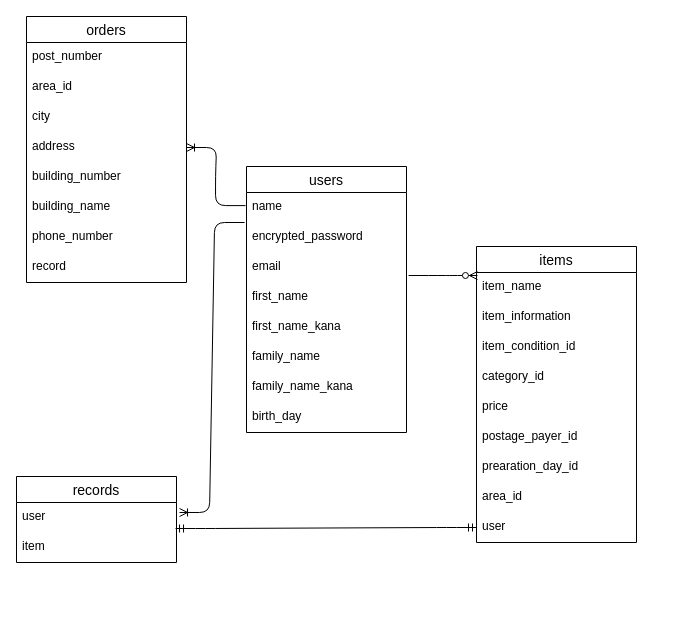
This is test.dio from kuzuyu/furima-37291, a draw.io file, before an edit. Source tidied: cells renumbered, new cells numbered last; positions are measured from the earlier drawing's top-left corner, leaving out a move shared by most shapes. Both pictures are drawn from the tidied source at 100%, with x=0, y=0 at pixel (16, 16).
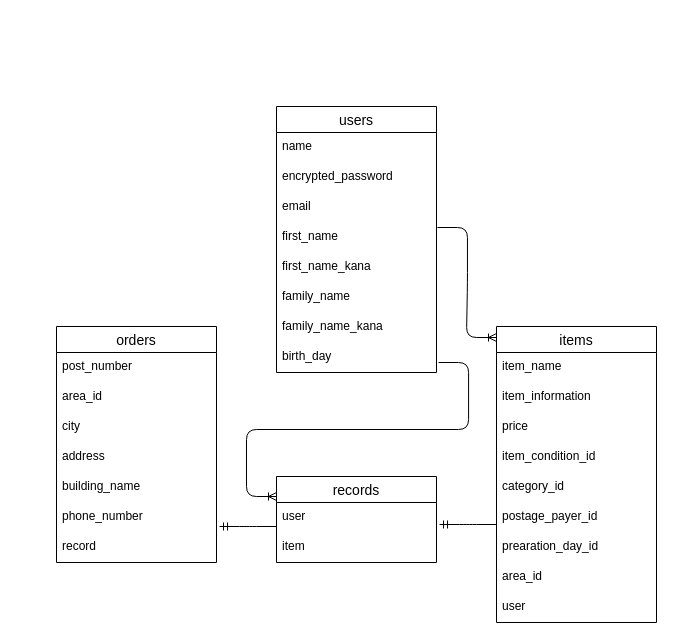
The same page after the edit.

Unchanged cells that the change refers to:
```xml
<mxCell id="4" value="encrypted_password" style="text;strokeColor=none;fillColor=none;spacingLeft=4;spacingRight=4;overflow=hidden;points=[[0,0.5],[1,0.5]];portConstraint=eastwest;fontSize=12;" parent="2" vertex="1">
  <mxGeometry y="56" width="160" height="30" as="geometry" />
</mxCell>
<mxCell id="5" value="email" style="text;strokeColor=none;fillColor=none;spacingLeft=4;spacingRight=4;overflow=hidden;points=[[0,0.5],[1,0.5]];portConstraint=eastwest;fontSize=12;" parent="2" vertex="1">
  <mxGeometry y="86" width="160" height="30" as="geometry" />
</mxCell>
<mxCell id="6" value="first_name" style="text;strokeColor=none;fillColor=none;spacingLeft=4;spacingRight=4;overflow=hidden;points=[[0,0.5],[1,0.5]];portConstraint=eastwest;fontSize=12;" parent="2" vertex="1">
  <mxGeometry y="116" width="160" height="30" as="geometry" />
</mxCell>
<mxCell id="10" value="birth_day " style="text;strokeColor=none;fillColor=none;spacingLeft=4;spacingRight=4;overflow=hidden;points=[[0,0.5],[1,0.5]];portConstraint=eastwest;fontSize=12;" parent="2" vertex="1">
  <mxGeometry y="236" width="160" height="30" as="geometry" />
</mxCell>
<mxCell id="15" value="address" style="text;strokeColor=none;fillColor=none;spacingLeft=4;spacingRight=4;overflow=hidden;points=[[0,0.5],[1,0.5]];portConstraint=eastwest;fontSize=12;" parent="11" vertex="1">
  <mxGeometry y="116" width="160" height="30" as="geometry" />
</mxCell>
<mxCell id="21" value="item_name" style="text;strokeColor=none;fillColor=none;spacingLeft=4;spacingRight=4;overflow=hidden;points=[[0,0.5],[1,0.5]];portConstraint=eastwest;fontSize=12;" parent="20" vertex="1">
  <mxGeometry y="26" width="160" height="30" as="geometry" />
</mxCell>
<mxCell id="26" value="postage_payer_id" style="text;strokeColor=none;fillColor=none;spacingLeft=4;spacingRight=4;overflow=hidden;points=[[0,0.5],[1,0.5]];portConstraint=eastwest;fontSize=12;" parent="20" vertex="1">
  <mxGeometry y="176" width="160" height="30" as="geometry" />
</mxCell>
<mxCell id="29" value="user" style="text;strokeColor=none;fillColor=none;spacingLeft=4;spacingRight=4;overflow=hidden;points=[[0,0.5],[1,0.5]];portConstraint=eastwest;fontSize=12;" parent="20" vertex="1">
  <mxGeometry y="266" width="160" height="30" as="geometry" />
</mxCell>
<mxCell id="33" value="user" style="text;strokeColor=none;fillColor=none;spacingLeft=4;spacingRight=4;overflow=hidden;points=[[0,0.5],[1,0.5]];portConstraint=eastwest;fontSize=12;" parent="32" vertex="1">
  <mxGeometry y="26" width="160" height="30" as="geometry" />
</mxCell>
```

Change to the diagram source:
```diff
@@
     <mxCell id="2" value="users" style="swimlane;fontStyle=0;horizontal=1;startSize=26;align=center;fontSize=14;" parent="1" vertex="1">
-      <mxGeometry x="230" y="150" width="160" height="266" as="geometry" />
+      <mxGeometry x="260" y="90" width="160" height="266" as="geometry" />
     </mxCell>
@@
     <mxCell id="11" value="orders" style="swimlane;fontStyle=0;horizontal=1;startSize=26;align=center;fontSize=14;" parent="1" vertex="1">
-      <mxGeometry x="10" width="160" height="266" as="geometry" />
+      <mxGeometry x="40" y="310" width="160" height="236" as="geometry" />
     </mxCell>
@@
-    <mxCell id="16" value="building_number" style="text;strokeColor=none;fillColor=none;spacingLeft=4;spacingRight=4;overflow=hidden;fontSize=12;" parent="11" vertex="1">
-      <mxGeometry y="146" width="160" height="30" as="geometry" />
-    </mxCell>
     <mxCell id="17" value="building_name" style="text;strokeColor=none;fillColor=none;spacingLeft=4;spacingRight=4;overflow=hidden;fontSize=12;" parent="11" vertex="1">
-      <mxGeometry y="176" width="160" height="30" as="geometry" />
+      <mxGeometry y="146" width="160" height="30" as="geometry" />
     </mxCell>
     <mxCell id="18" value="phone_number" style="text;strokeColor=none;fillColor=none;spacingLeft=4;spacingRight=4;overflow=hidden;points=[[0,0.5],[1,0.5]];portConstraint=eastwest;fontSize=12;" parent="11" vertex="1">
-      <mxGeometry y="206" width="160" height="30" as="geometry" />
+      <mxGeometry y="176" width="160" height="30" as="geometry" />
     </mxCell>
     <mxCell id="19" value="record" style="text;strokeColor=none;fillColor=none;spacingLeft=4;spacingRight=4;overflow=hidden;fontSize=12;" parent="11" vertex="1">
-      <mxGeometry y="236" width="160" height="30" as="geometry" />
+      <mxGeometry y="206" width="160" height="30" as="geometry" />
     </mxCell>
     <mxCell id="20" value="items" style="swimlane;fontStyle=0;horizontal=1;startSize=26;align=center;fontSize=14;" parent="1" vertex="1">
-      <mxGeometry x="460" y="230" width="160" height="296" as="geometry" />
+      <mxGeometry x="480" y="310" width="160" height="296" as="geometry" />
     </mxCell>
@@
+    <mxCell id="25" value="price" style="text;strokeColor=none;fillColor=none;spacingLeft=4;spacingRight=4;overflow=hidden;fontSize=12;" parent="20" vertex="1">
+      <mxGeometry y="86" width="160" height="30" as="geometry" />
+    </mxCell>
     <mxCell id="23" value="item_condition_id" style="text;strokeColor=none;fillColor=none;spacingLeft=4;spacingRight=4;overflow=hidden;fontSize=12;" parent="20" vertex="1">
-      <mxGeometry y="86" width="160" height="30" as="geometry" />
+      <mxGeometry y="116" width="160" height="30" as="geometry" />
     </mxCell>
     <mxCell id="24" value="category_id" style="text;strokeColor=none;fillColor=none;spacingLeft=4;spacingRight=4;overflow=hidden;fontSize=12;" parent="20" vertex="1">
-      <mxGeometry y="116" width="160" height="30" as="geometry" />
+      <mxGeometry y="146" width="160" height="30" as="geometry" />
     </mxCell>
-    <mxCell id="25" value="price" style="text;strokeColor=none;fillColor=none;spacingLeft=4;spacingRight=4;overflow=hidden;fontSize=12;" parent="20" vertex="1">
-      <mxGeometry y="146" width="160" height="30" as="geometry" />
-    </mxCell>
@@
-    <mxCell id="30" style="edgeStyle=entityRelationEdgeStyle;fontSize=12;html=1;endArrow=ERzeroToMany;endFill=1;entryX=0.006;entryY=0.1;entryDx=0;entryDy=0;entryPerimeter=0;exitX=1.013;exitY=0.767;exitDx=0;exitDy=0;exitPerimeter=0;" parent="1" edge="1" source="5" target="21">
-      <mxGeometry relative="1" as="geometry" />
-    </mxCell>
-    <mxCell id="31" style="edgeStyle=entityRelationEdgeStyle;fontSize=12;html=1;endArrow=ERoneToMany;exitX=-0.006;exitY=0.147;exitDx=0;exitDy=0;exitPerimeter=0;" parent="1" edge="1" source="2" target="15">
-      <mxGeometry relative="1" as="geometry" />
-    </mxCell>
     <mxCell id="32" value="records" style="swimlane;fontStyle=0;horizontal=1;startSize=26;align=center;fontSize=14;" parent="1" vertex="1">
-      <mxGeometry y="460" width="160" height="86" as="geometry" />
+      <mxGeometry x="260" y="460" width="160" height="86" as="geometry" />
     </mxCell>
@@
-    <mxCell id="35" style="edgeStyle=entityRelationEdgeStyle;fontSize=12;html=1;endArrow=ERoneToMany;exitX=-0.012;exitY=0;exitDx=0;exitDy=0;exitPerimeter=0;entryX=1.019;entryY=0.333;entryDx=0;entryDy=0;entryPerimeter=0;" parent="1" edge="1" source="4" target="33">
-      <mxGeometry relative="1" as="geometry" />
-    </mxCell>
-    <mxCell id="36" style="edgeStyle=entityRelationEdgeStyle;fontSize=12;html=1;endArrow=ERmandOne;startArrow=ERmandOne;exitX=0.994;exitY=0.867;exitDx=0;exitDy=0;exitPerimeter=0;" parent="1" edge="1" source="33" target="29">
-      <mxGeometry relative="1" as="geometry" />
-    </mxCell>
+    <mxCell id="37" style="edgeStyle=entityRelationEdgeStyle;fontSize=12;html=1;endArrow=ERoneToMany;exitX=1.006;exitY=0.167;exitDx=0;exitDy=0;exitPerimeter=0;" parent="1" edge="1" source="6">
+      <mxGeometry relative="1" as="geometry">
+        <mxPoint x="480" y="321" as="targetPoint" />
+      </mxGeometry>
+    </mxCell>
+    <mxCell id="38" style="edgeStyle=entityRelationEdgeStyle;fontSize=12;html=1;endArrow=ERoneToMany;exitX=1.013;exitY=0.667;exitDx=0;exitDy=0;exitPerimeter=0;" parent="1" edge="1" source="10">
+      <mxGeometry relative="1" as="geometry">
+        <mxPoint x="260" y="480" as="targetPoint" />
+      </mxGeometry>
+    </mxCell>
+    <mxCell id="39" style="edgeStyle=entityRelationEdgeStyle;fontSize=12;html=1;endArrow=ERmandOne;exitX=0;exitY=0.8;exitDx=0;exitDy=0;exitPerimeter=0;entryX=1.019;entryY=0.8;entryDx=0;entryDy=0;entryPerimeter=0;" parent="1" edge="1" source="33" target="18">
+      <mxGeometry relative="1" as="geometry" />
+    </mxCell>
+    <mxCell id="40" style="edgeStyle=entityRelationEdgeStyle;fontSize=12;html=1;endArrow=ERmandOne;exitX=0;exitY=0.733;exitDx=0;exitDy=0;exitPerimeter=0;entryX=1.019;entryY=0.733;entryDx=0;entryDy=0;entryPerimeter=0;" parent="1" edge="1" source="26" target="33">
+      <mxGeometry relative="1" as="geometry" />
+    </mxCell>
```
